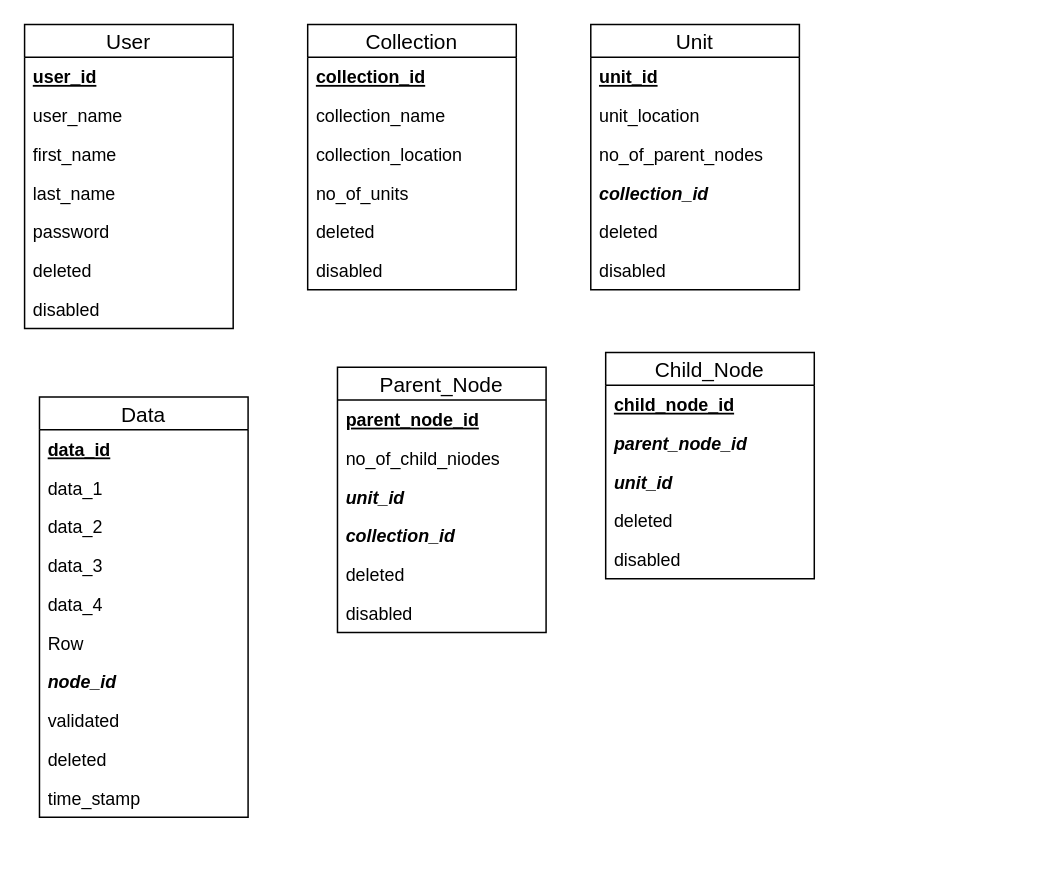
Earlier version of the draw.io diagram page "Page-1" (1 of 2) of Untitled Diagram.drawio (DinushaNaween/WireLess_Data_Collector_Spring_Boot). Source tidied: cells renumbered, new cells numbered last; positions are measured from the earlier drawing's top-left corner, leaving out a move shared by most shapes. Both pictures are drawn from the tidied source at 149%, with x=0, y=0 at pixel (24, 24).
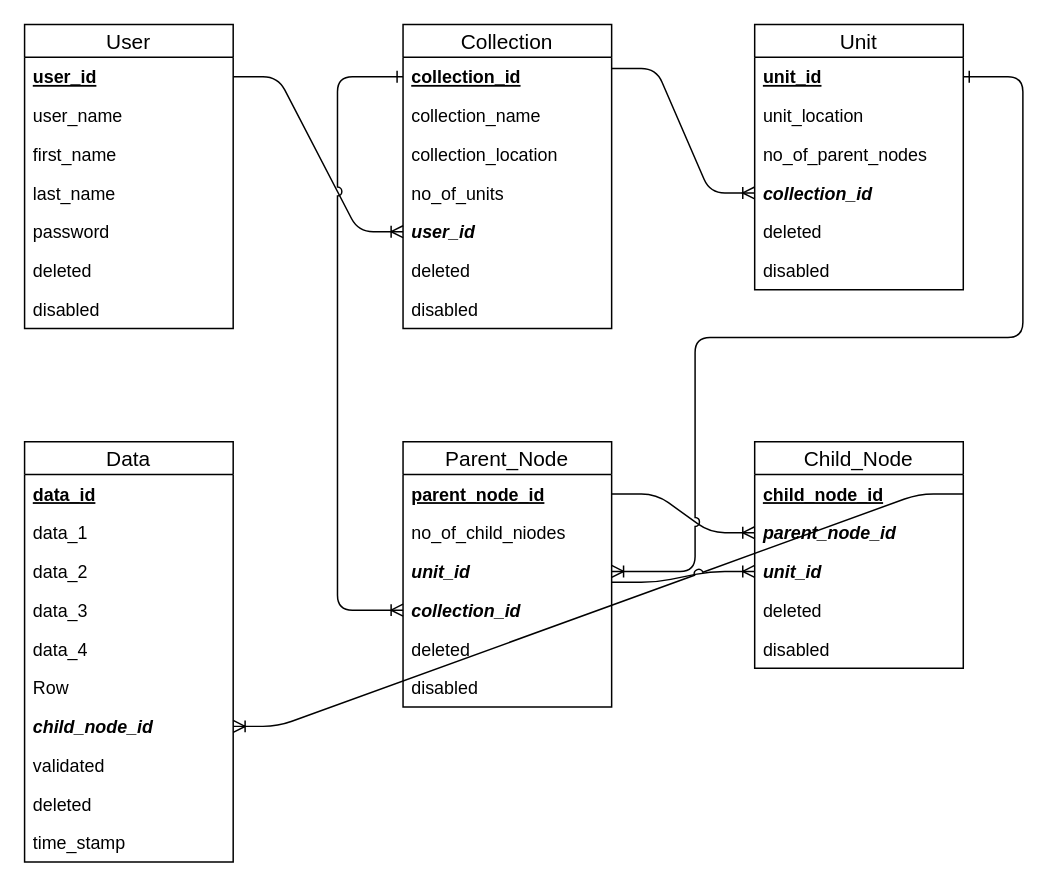
The same page after the edit.

The change refers to these unchanged cells:
```xml
<mxCell id="3" value="user_id" style="text;strokeColor=none;fillColor=none;spacingLeft=4;spacingRight=4;overflow=hidden;points=[[0,0.5],[1,0.5]];portConstraint=eastwest;fontSize=12;fontStyle=5;" parent="2" vertex="1">
  <mxGeometry y="22" width="140" height="26" as="geometry" />
</mxCell>
<mxCell id="11" value="collection_id" style="text;strokeColor=none;fillColor=none;spacingLeft=4;spacingRight=4;overflow=hidden;points=[[0,0.5],[1,0.5]];portConstraint=eastwest;fontSize=12;fontStyle=5;" parent="10" vertex="1">
  <mxGeometry y="22" width="140" height="26" as="geometry" />
</mxCell>
<mxCell id="18" value="unit_id" style="text;strokeColor=none;fillColor=none;spacingLeft=4;spacingRight=4;overflow=hidden;points=[[0,0.5],[1,0.5]];portConstraint=eastwest;fontSize=12;fontStyle=5;" parent="17" vertex="1">
  <mxGeometry y="22" width="140" height="26" as="geometry" />
</mxCell>
<mxCell id="21" value="collection_id" style="text;strokeColor=none;fillColor=none;spacingLeft=4;spacingRight=4;overflow=hidden;points=[[0,0.5],[1,0.5]];portConstraint=eastwest;fontSize=12;fontStyle=3;" parent="17" vertex="1">
  <mxGeometry y="100" width="140" height="26" as="geometry" />
</mxCell>
<mxCell id="25" value="parent_node_id" style="text;strokeColor=none;fillColor=none;spacingLeft=4;spacingRight=4;overflow=hidden;points=[[0,0.5],[1,0.5]];portConstraint=eastwest;fontSize=12;fontStyle=5;" parent="24" vertex="1">
  <mxGeometry y="22" width="140" height="26" as="geometry" />
</mxCell>
<mxCell id="27" value="unit_id" style="text;strokeColor=none;fillColor=none;spacingLeft=4;spacingRight=4;overflow=hidden;points=[[0,0.5],[1,0.5]];portConstraint=eastwest;fontSize=12;fontStyle=3;" parent="24" vertex="1">
  <mxGeometry y="74" width="140" height="26" as="geometry" />
</mxCell>
<mxCell id="28" value="collection_id" style="text;strokeColor=none;fillColor=none;spacingLeft=4;spacingRight=4;overflow=hidden;points=[[0,0.5],[1,0.5]];portConstraint=eastwest;fontSize=12;fontStyle=3;" parent="24" vertex="1">
  <mxGeometry y="100" width="140" height="26" as="geometry" />
</mxCell>
<mxCell id="32" value="child_node_id" style="text;strokeColor=none;fillColor=none;spacingLeft=4;spacingRight=4;overflow=hidden;points=[[0,0.5],[1,0.5]];portConstraint=eastwest;fontSize=12;fontStyle=5;" parent="31" vertex="1">
  <mxGeometry y="22" width="140" height="26" as="geometry" />
</mxCell>
<mxCell id="33" value="parent_node_id" style="text;strokeColor=none;fillColor=none;spacingLeft=4;spacingRight=4;overflow=hidden;points=[[0,0.5],[1,0.5]];portConstraint=eastwest;fontSize=12;rounded=0;fontStyle=3;" parent="31" vertex="1">
  <mxGeometry y="48" width="140" height="26" as="geometry" />
</mxCell>
<mxCell id="34" value="unit_id" style="text;strokeColor=none;fillColor=none;spacingLeft=4;spacingRight=4;overflow=hidden;points=[[0,0.5],[1,0.5]];portConstraint=eastwest;fontSize=12;fontStyle=3;" parent="31" vertex="1">
  <mxGeometry y="74" width="140" height="26" as="geometry" />
</mxCell>
```

Change to the diagram source:
```diff
@@
     <mxCell id="10" value="Collection" style="swimlane;fontStyle=0;horizontal=1;startSize=22;fillColor=none;swimlaneFillColor=#ffffff;align=center;fontSize=14;rounded=0;" parent="1" vertex="1">
-      <mxGeometry x="190" width="140" height="178" as="geometry" />
+      <mxGeometry x="254" width="140" height="204" as="geometry" />
     </mxCell>
@@
+    <mxCell id="48" value="user_id" style="text;strokeColor=none;fillColor=none;spacingLeft=4;spacingRight=4;overflow=hidden;points=[[0,0.5],[1,0.5]];portConstraint=eastwest;fontSize=12;rounded=0;fontStyle=3;" parent="10" vertex="1">
+      <mxGeometry y="126" width="140" height="26" as="geometry" />
+    </mxCell>
     <mxCell id="15" value="deleted" style="text;strokeColor=none;fillColor=none;spacingLeft=4;spacingRight=4;overflow=hidden;fontSize=12;rounded=0;" parent="10" vertex="1">
-      <mxGeometry y="126" width="140" height="26" as="geometry" />
+      <mxGeometry y="152" width="140" height="26" as="geometry" />
     </mxCell>
     <mxCell id="16" value="disabled" style="text;strokeColor=none;fillColor=none;spacingLeft=4;spacingRight=4;overflow=hidden;fontSize=12;rounded=0;" parent="10" vertex="1">
-      <mxGeometry y="152" width="140" height="26" as="geometry" />
+      <mxGeometry y="178" width="140" height="26" as="geometry" />
     </mxCell>
     <mxCell id="17" value="Unit" style="swimlane;fontStyle=0;horizontal=1;startSize=22;fillColor=none;swimlaneFillColor=#ffffff;align=center;fontSize=14;rounded=0;" parent="1" vertex="1">
-      <mxGeometry x="380" width="140" height="178" as="geometry" />
+      <mxGeometry x="490" width="140" height="178" as="geometry" />
     </mxCell>
@@
     <mxCell id="24" value="Parent_Node" style="swimlane;fontStyle=0;horizontal=1;startSize=22;fillColor=none;swimlaneFillColor=#ffffff;align=center;fontSize=14;rounded=0;" parent="1" vertex="1">
-      <mxGeometry x="210" y="230" width="140" height="178" as="geometry" />
+      <mxGeometry x="254" y="280" width="140" height="178" as="geometry" />
     </mxCell>
@@
     <mxCell id="31" value="Child_Node" style="swimlane;fontStyle=0;horizontal=1;startSize=22;fillColor=none;swimlaneFillColor=#ffffff;align=center;fontSize=14;rounded=0;" parent="1" vertex="1">
-      <mxGeometry x="390" y="220" width="140" height="152" as="geometry" />
+      <mxGeometry x="490" y="280" width="140" height="152" as="geometry" />
     </mxCell>
@@
     <mxCell id="37" value="Data" style="swimlane;fontStyle=0;horizontal=1;startSize=22;fillColor=none;swimlaneFillColor=#ffffff;align=center;fontSize=14;rounded=0;" parent="1" vertex="1">
-      <mxGeometry x="10" y="250" width="140" height="282" as="geometry" />
+      <mxGeometry y="280" width="140" height="282" as="geometry" />
     </mxCell>
@@
-    <mxCell id="44" value="node_id" style="text;strokeColor=none;fillColor=none;spacingLeft=4;spacingRight=4;overflow=hidden;points=[[0,0.5],[1,0.5]];portConstraint=eastwest;fontSize=12;rounded=0;fontStyle=3;" parent="37" vertex="1">
+    <mxCell id="44" value="child_node_id" style="text;strokeColor=none;fillColor=none;spacingLeft=4;spacingRight=4;overflow=hidden;points=[[0,0.5],[1,0.5]];portConstraint=eastwest;fontSize=12;rounded=0;fontStyle=3;" parent="37" vertex="1">
       <mxGeometry y="178" width="140" height="26" as="geometry" />
     </mxCell>
@@
+    <mxCell id="49" style="edgeStyle=entityRelationEdgeStyle;fontSize=12;html=1;endArrow=ERoneToMany;exitX=1;exitY=0.5;exitDx=0;exitDy=0;entryX=0;entryY=0.5;entryDx=0;entryDy=0;" parent="1" edge="1" source="3" target="48">
+      <mxGeometry relative="1" as="geometry" />
+    </mxCell>
+    <mxCell id="50" style="edgeStyle=entityRelationEdgeStyle;fontSize=12;html=1;endArrow=ERoneToMany;shadow=0;strokeColor=#000000;exitX=1;exitY=0.5;exitDx=0;exitDy=0;jumpStyle=arc;" parent="1" edge="1" source="25" target="33">
+      <mxGeometry relative="1" as="geometry" />
+    </mxCell>
+    <mxCell id="51" style="edgeStyle=entityRelationEdgeStyle;fontSize=12;html=1;endArrow=ERoneToMany;shadow=0;strokeColor=#000000;entryX=0;entryY=0.5;entryDx=0;entryDy=0;exitX=0.999;exitY=0.782;exitDx=0;exitDy=0;exitPerimeter=0;" parent="1" edge="1" source="27" target="34">
+      <mxGeometry relative="1" as="geometry" />
+    </mxCell>
+    <mxCell id="52" style="edgeStyle=entityRelationEdgeStyle;fontSize=12;html=1;endArrow=ERoneToMany;shadow=0;strokeColor=#000000;jumpStyle=arc;exitX=1;exitY=0.5;exitDx=0;exitDy=0;" parent="1" edge="1" source="32" target="44">
+      <mxGeometry relative="1" as="geometry" />
+    </mxCell>
+    <mxCell id="53" style="edgeStyle=entityRelationEdgeStyle;fontSize=12;html=1;endArrow=ERoneToMany;exitX=0.999;exitY=0.289;exitDx=0;exitDy=0;entryX=0;entryY=0.5;entryDx=0;entryDy=0;jumpStyle=arc;exitPerimeter=0;" parent="1" edge="1" source="11" target="21">
+      <mxGeometry relative="1" as="geometry" />
+    </mxCell>
+    <mxCell id="54" style="edgeStyle=orthogonalEdgeStyle;rounded=1;comic=0;jumpStyle=arc;jettySize=auto;html=1;entryX=0;entryY=0.5;entryDx=0;entryDy=0;shadow=0;startArrow=ERone;startFill=0;endSize=6;targetPerimeterSpacing=0;strokeColor=#000000;endArrow=ERoneToMany;endFill=0;" parent="1" edge="1" source="11" target="28">
+      <mxGeometry relative="1" as="geometry">
+        <Array as="points">
+          <mxPoint x="210" y="35" />
+          <mxPoint x="210" y="393" />
+        </Array>
+      </mxGeometry>
+    </mxCell>
+    <mxCell id="55" style="edgeStyle=orthogonalEdgeStyle;rounded=1;comic=0;jumpStyle=arc;jettySize=auto;html=1;entryX=1;entryY=0.5;entryDx=0;entryDy=0;shadow=0;startArrow=ERone;startFill=0;endArrow=ERoneToMany;endFill=0;endSize=6;targetPerimeterSpacing=0;strokeColor=#000000;" parent="1" edge="1" source="18" target="27">
+      <mxGeometry relative="1" as="geometry">
+        <Array as="points">
+          <mxPoint x="670" y="35" />
+          <mxPoint x="670" y="210" />
+          <mxPoint x="450" y="210" />
+          <mxPoint x="450" y="367" />
+        </Array>
+      </mxGeometry>
+    </mxCell>
```
